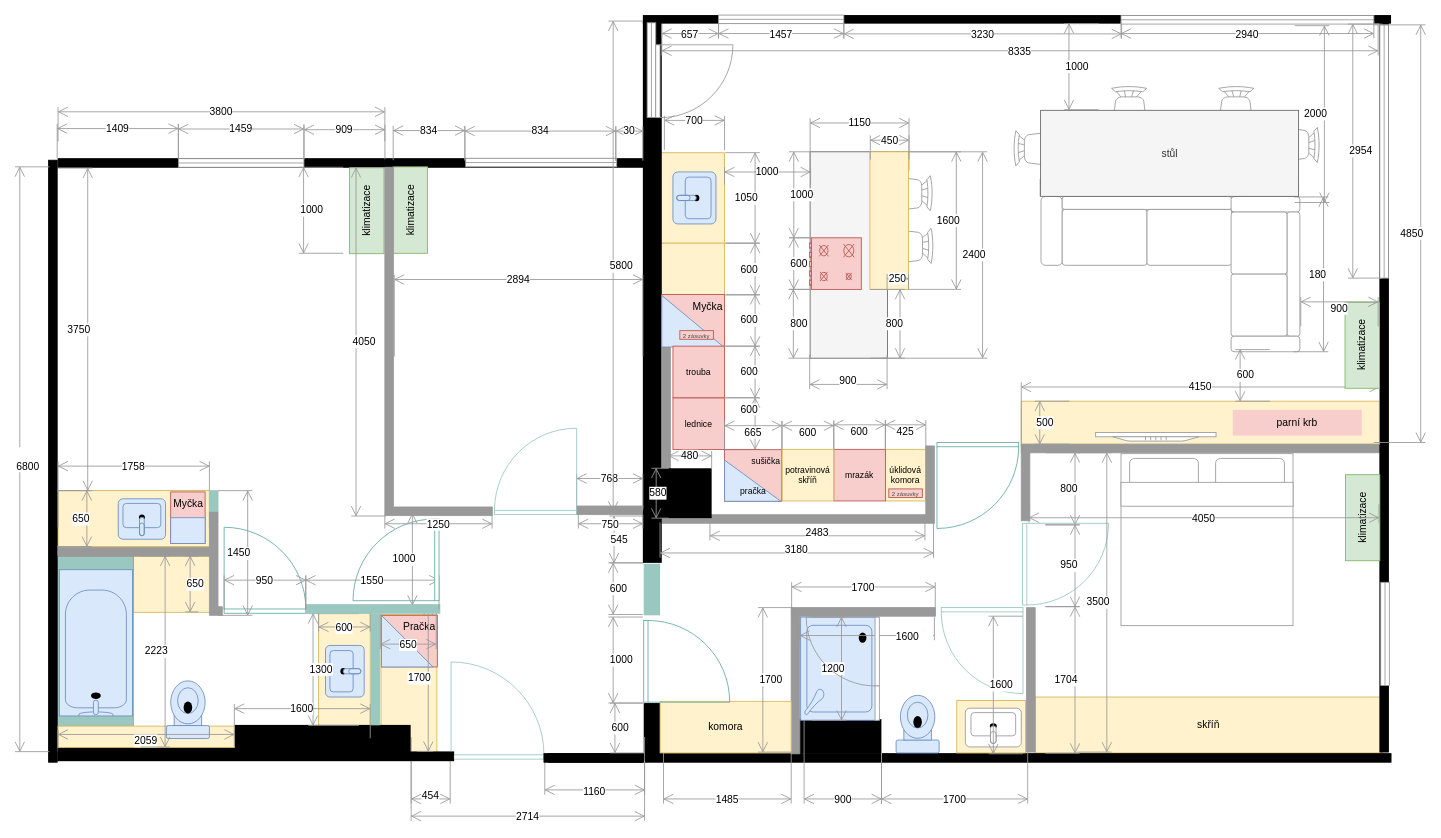
Above: docs/src/static/drawings/floor-plan.furniched.drawio in surquest/flat-renovation (draw.io), before the change. Source tidied: cells renumbered, new cells numbered last; positions are measured from the earlier drawing's top-left corner, leaving out a move shared by most shapes. Both pictures are drawn from the tidied source at 86%, with x=0, y=0 at pixel (15, 15).
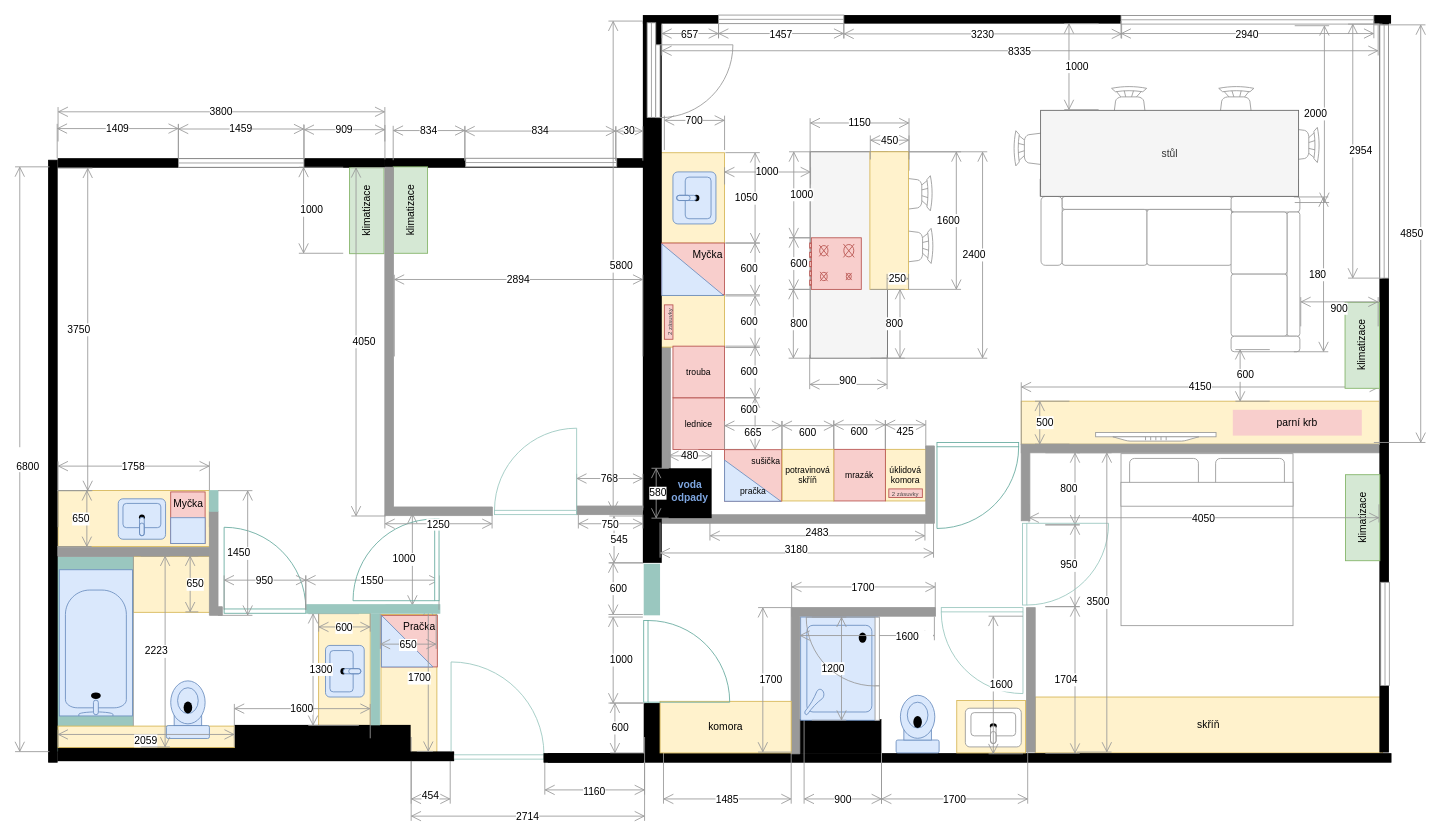
The same diagram, later.

Commit message (it also covers changes not shown here):
Reorganize watter appliance

Change to the diagram source:
```diff
@@
+    <mxCell id="57" style="verticalLabelPosition=bottom;html=1;verticalAlign=top;align=center;shape=mxgraph.floorplan.wall;fillColor=strokeColor;direction=south;strokeColor=#999999;" parent="1" vertex="1">
+      <mxGeometry x="752" y="380" width="10" height="202" as="geometry" />
+    </mxCell>
     <mxCell id="2" style="rounded=0;whiteSpace=wrap;html=1;strokeColor=#d6b656;fillColor=#fff2cc;" parent="1" vertex="1">
-      <mxGeometry x="750" y="265" width="75" height="60" as="geometry" />
+      <mxGeometry x="750" y="326.1" width="75" height="60" as="geometry" />
     </mxCell>
@@
-    <mxCell id="57" style="verticalLabelPosition=bottom;html=1;verticalAlign=top;align=center;shape=mxgraph.floorplan.wall;fillColor=strokeColor;direction=south;strokeColor=#999999;" parent="1" vertex="1">
-      <mxGeometry x="752" y="347" width="10" height="235" as="geometry" />
-    </mxCell>
@@
     <mxCell id="151" value="Myčka" style="rounded=0;whiteSpace=wrap;html=1;strokeColor=#b85450;fillColor=#f8cecc;verticalAlign=top;align=right;" parent="1" vertex="1">
-      <mxGeometry x="752" y="325" width="73" height="60" as="geometry" />
+      <mxGeometry x="752" y="265.1" width="73" height="60" as="geometry" />
     </mxCell>
     <mxCell id="152" style="verticalLabelPosition=bottom;verticalAlign=top;html=1;shape=mxgraph.basic.orthogonal_triangle;strokeColor=#6c8ebf;fillColor=#dae8fc;" parent="1" vertex="1">
-      <mxGeometry x="752" y="326" width="72" height="60" as="geometry" />
+      <mxGeometry x="752" y="266.1" width="72" height="60" as="geometry" />
     </mxCell>
@@
     <mxCell id="187" value="600" style="shape=dimension;direction=north;whiteSpace=wrap;html=1;align=right;verticalAlign=middle;labelBackgroundColor=#ffffff;strokeColor=#999999;" parent="1" vertex="1">
-      <mxGeometry x="826" y="265.5" width="40" height="60" as="geometry" />
+      <mxGeometry x="826" y="326.6" width="40" height="60" as="geometry" />
     </mxCell>
     <mxCell id="188" value="600" style="shape=dimension;direction=north;whiteSpace=wrap;html=1;align=right;verticalAlign=middle;labelBackgroundColor=#ffffff;strokeColor=#999999;" parent="1" vertex="1">
-      <mxGeometry x="826" y="325.1" width="40" height="60" as="geometry" />
+      <mxGeometry x="826" y="265.2" width="40" height="60" as="geometry" />
     </mxCell>
@@
-    <mxCell id="190" value="&lt;font style=&quot;font-size: 7px;&quot;&gt;2 zásuvky&lt;/font&gt;" style="rounded=0;whiteSpace=wrap;html=1;fillColor=#f8cecc;strokeColor=#b85450;verticalAlign=middle;fontColor=#474747;" parent="1" vertex="1">
-      <mxGeometry x="773" y="367" width="39" height="10" as="geometry" />
+    <mxCell id="190" value="&lt;font style=&quot;font-size: 7px;&quot;&gt;2 zásuvky&lt;/font&gt;" style="rounded=0;whiteSpace=wrap;html=1;fillColor=#f8cecc;strokeColor=#b85450;verticalAlign=middle;fontColor=#474747;rotation=-90;" parent="1" vertex="1">
+      <mxGeometry x="740" y="352" width="40" height="10" as="geometry" />
     </mxCell>
@@
+    <mxCell id="195" value="&lt;font color=&quot;#7ea6e0&quot;&gt;&lt;b&gt;voda odpady&lt;/b&gt;&lt;/font&gt;" style="text;html=1;strokeColor=none;fillColor=none;align=center;verticalAlign=middle;whiteSpace=wrap;rounded=0;fontColor=#FFFFFF;" parent="1" vertex="1">
+      <mxGeometry x="760" y="527" width="50" height="53" as="geometry" />
+    </mxCell>
```
